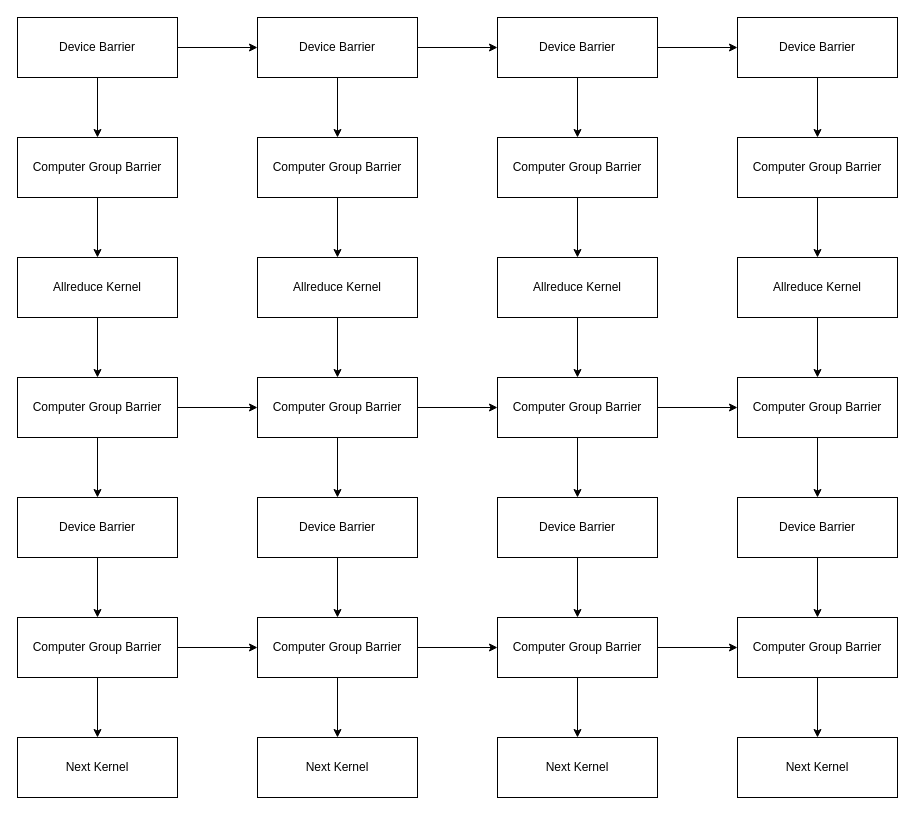
The draw.io diagram Patent/DeviceBarrierAllreduceOp.drawio in BEYHHH/SBLP, before the edit. Source tidied: cells renumbered, new cells numbered last; positions are measured from the earlier drawing's top-left corner, leaving out a move shared by most shapes. Both pictures are drawn from the tidied source at 100%, with x=0, y=0 at pixel (17, 17).
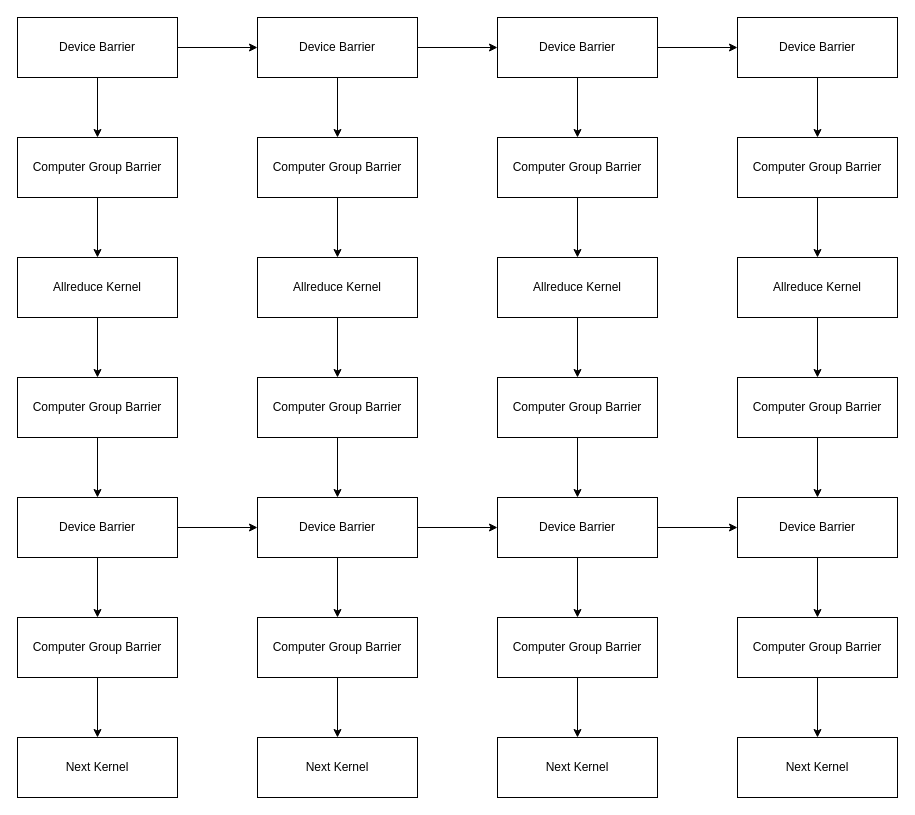
After the change.

The change refers to these unchanged cells:
```xml
<mxCell id="11" value="Computer Group Barrier" style="rounded=0;whiteSpace=wrap;html=1;" parent="1" vertex="1">
  <mxGeometry y="360" width="160" height="60" as="geometry" />
</mxCell>
<mxCell id="13" value="Device Barrier" style="rounded=0;whiteSpace=wrap;html=1;" parent="1" vertex="1">
  <mxGeometry y="480" width="160" height="60" as="geometry" />
</mxCell>
<mxCell id="23" value="Computer Group Barrier" style="rounded=0;whiteSpace=wrap;html=1;" parent="1" vertex="1">
  <mxGeometry x="240" y="360" width="160" height="60" as="geometry" />
</mxCell>
<mxCell id="25" value="Device Barrier" style="rounded=0;whiteSpace=wrap;html=1;" parent="1" vertex="1">
  <mxGeometry x="240" y="480" width="160" height="60" as="geometry" />
</mxCell>
<mxCell id="35" value="Computer Group Barrier" style="rounded=0;whiteSpace=wrap;html=1;" parent="1" vertex="1">
  <mxGeometry x="480" y="360" width="160" height="60" as="geometry" />
</mxCell>
<mxCell id="37" value="Device Barrier" style="rounded=0;whiteSpace=wrap;html=1;" parent="1" vertex="1">
  <mxGeometry x="480" y="480" width="160" height="60" as="geometry" />
</mxCell>
<mxCell id="45" value="Computer Group Barrier" style="rounded=0;whiteSpace=wrap;html=1;" parent="1" vertex="1">
  <mxGeometry x="720" y="360" width="160" height="60" as="geometry" />
</mxCell>
<mxCell id="47" value="Device Barrier" style="rounded=0;whiteSpace=wrap;html=1;" parent="1" vertex="1">
  <mxGeometry x="720" y="480" width="160" height="60" as="geometry" />
</mxCell>
<mxCell id="50" value="Computer Group Barrier" style="rounded=0;whiteSpace=wrap;html=1;" parent="1" vertex="1">
  <mxGeometry y="600" width="160" height="60" as="geometry" />
</mxCell>
<mxCell id="53" value="Computer Group Barrier" style="rounded=0;whiteSpace=wrap;html=1;" parent="1" vertex="1">
  <mxGeometry x="240" y="600" width="160" height="60" as="geometry" />
</mxCell>
<mxCell id="56" value="Computer Group Barrier" style="rounded=0;whiteSpace=wrap;html=1;" parent="1" vertex="1">
  <mxGeometry x="480" y="600" width="160" height="60" as="geometry" />
</mxCell>
<mxCell id="58" value="Computer Group Barrier" style="rounded=0;whiteSpace=wrap;html=1;" parent="1" vertex="1">
  <mxGeometry x="720" y="600" width="160" height="60" as="geometry" />
</mxCell>
```

The edit, as a diff of the source:
```diff
@@
-    <mxCell id="10" style="edgeStyle=orthogonalEdgeStyle;rounded=0;jettySize=auto;html=1;" parent="1" edge="1" source="11" target="23">
-      <mxGeometry relative="1" as="geometry" />
-    </mxCell>
@@
+    <mxCell id="63" style="edgeStyle=orthogonalEdgeStyle;rounded=0;jettySize=auto;html=1;" parent="1" edge="1" source="13" target="25">
+      <mxGeometry relative="1" as="geometry" />
+    </mxCell>
@@
-    <mxCell id="22" style="edgeStyle=orthogonalEdgeStyle;rounded=0;jettySize=auto;html=1;" parent="1" edge="1" source="23" target="35">
-      <mxGeometry relative="1" as="geometry" />
-    </mxCell>
@@
+    <mxCell id="64" style="edgeStyle=orthogonalEdgeStyle;rounded=0;jettySize=auto;html=1;" parent="1" edge="1" source="25" target="37">
+      <mxGeometry relative="1" as="geometry" />
+    </mxCell>
@@
-    <mxCell id="34" style="edgeStyle=orthogonalEdgeStyle;rounded=0;jettySize=auto;html=1;" parent="1" edge="1" source="35" target="45">
-      <mxGeometry relative="1" as="geometry" />
-    </mxCell>
@@
+    <mxCell id="65" style="edgeStyle=orthogonalEdgeStyle;rounded=0;jettySize=auto;html=1;" parent="1" edge="1" source="37" target="47">
+      <mxGeometry relative="1" as="geometry" />
+    </mxCell>
@@
-    <mxCell id="48" style="edgeStyle=orthogonalEdgeStyle;rounded=0;jettySize=auto;html=1;" parent="1" edge="1" source="50" target="53">
-      <mxGeometry relative="1" as="geometry" />
-    </mxCell>
@@
-    <mxCell id="51" style="edgeStyle=orthogonalEdgeStyle;rounded=0;jettySize=auto;html=1;" parent="1" edge="1" source="53" target="56">
-      <mxGeometry relative="1" as="geometry" />
-    </mxCell>
@@
-    <mxCell id="54" style="edgeStyle=orthogonalEdgeStyle;rounded=0;jettySize=auto;html=1;" parent="1" edge="1" source="56" target="58">
-      <mxGeometry relative="1" as="geometry" />
-    </mxCell>
```
